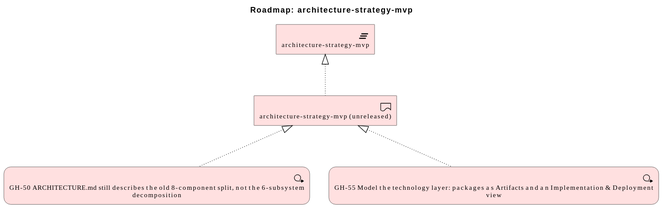
Earlier version of the PlantUML export architecture/model/diagrams/migration/plat-architecture-strategy-mvp-7.svg (wolffy-au/frictionless-architect).
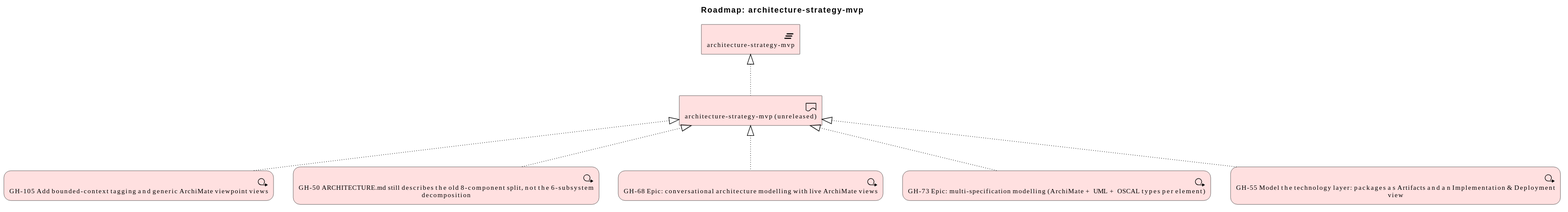
Later version of the same file.

Diff of the diagram source:
```diff
@@ -5,10 +5,16 @@
 
 Implementation_Deliverable(e_id891b59559d2954, "architecture-strategy-mvp (unreleased)")
 Implementation_Plateau(e_id726fa9a2d0835f, "architecture-strategy-mvp")
+Implementation_WorkPackage(e_idcfe43aed854d58, "GH-105 Add bounded-context tagging and generic ArchiMate viewpoint views")
 Implementation_WorkPackage(e_id0d0b53b9527a58, "GH-50 ARCHITECTURE.md still describes the old 8-component split, not the 6-subsystem decomposition")
+Implementation_WorkPackage(e_ide39528d3a91552, "GH-68 Epic: conversational architecture modelling with live ArchiMate views")
+Implementation_WorkPackage(e_id266c7cb7c31c56, "GH-73 Epic: multi-specification modelling (ArchiMate + UML + OSCAL types per element)")
 Implementation_WorkPackage(e_id6440e8a7ae7655, "GH-55 Model the technology layer: packages as Artifacts and an Implementation & Deployment view")
 
 Rel_Realization_Up(e_id891b59559d2954, e_id726fa9a2d0835f, "")
+Rel_Realization_Up(e_idcfe43aed854d58, e_id891b59559d2954, "")
 Rel_Realization_Up(e_id0d0b53b9527a58, e_id891b59559d2954, "")
+Rel_Realization_Up(e_ide39528d3a91552, e_id891b59559d2954, "")
+Rel_Realization_Up(e_id266c7cb7c31c56, e_id891b59559d2954, "")
 Rel_Realization_Up(e_id6440e8a7ae7655, e_id891b59559d2954, "")
 @enduml
```
